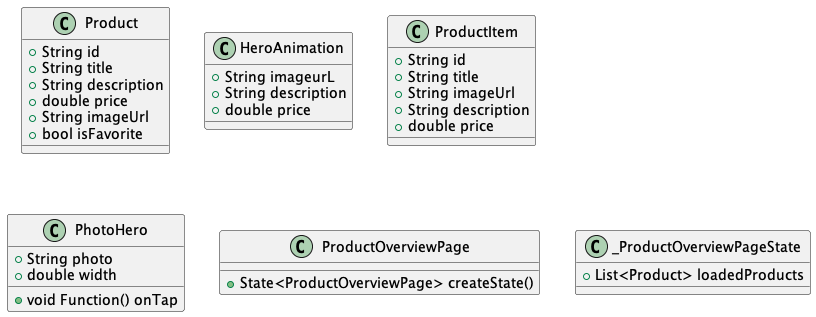
The PlantUML diagram out/wehkammp2punt0/wehkammp2punt0.png in sanderDijkxhoorn/wehkammp2punt0, before a commit.
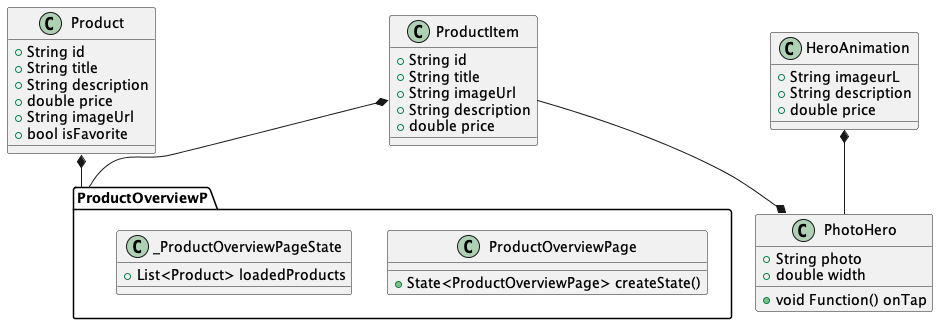
After the commit.

Diff of the diagram source:
```diff
@@ -1,4 +1,15 @@
 @startuml wehkammp2punt0
+
+Package "ProductOverviewP" {
+  class "ProductOverviewPage"
+  class "_ProductOverviewPageState"
+}
+
+Product *-- ProductOverviewP
+ProductItem *-- ProductOverviewP
+
+ProductItem --* PhotoHero
+HeroAnimation *-- PhotoHero
 
 class "Product" {
   +String id
@@ -7,12 +18,6 @@
   +double price
   +String imageUrl
   +bool isFavorite
-}
-
-class "HeroAnimation" {
-  +String imageurL
-  +String description
-  +double price
 }
 
 class "ProductItem" {
@@ -29,6 +34,12 @@
   +double width
 }
 
+class "HeroAnimation" {
+  +String imageurL
+  +String description
+  +double price
+}
+
 class "ProductOverviewPage" {
   +State<ProductOverviewPage> createState()
 }
```
